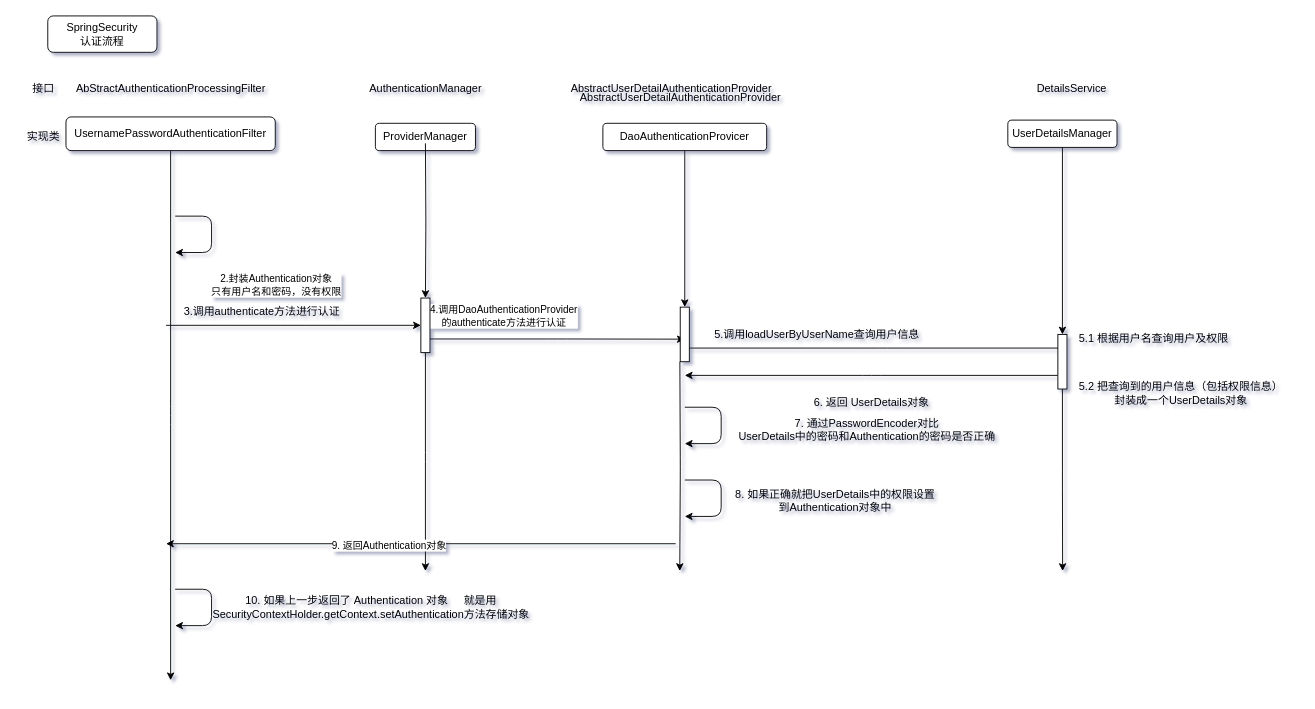
The draw.io diagram SpringSecurity.drawio in lixi47/java--, before the edit. Source tidied: cells renumbered, new cells numbered last; positions are measured from the earlier drawing's top-left corner, leaving out a move shared by most shapes. Both pictures are drawn from the tidied source at 91%, with x=0, y=0 at pixel (15, 15).
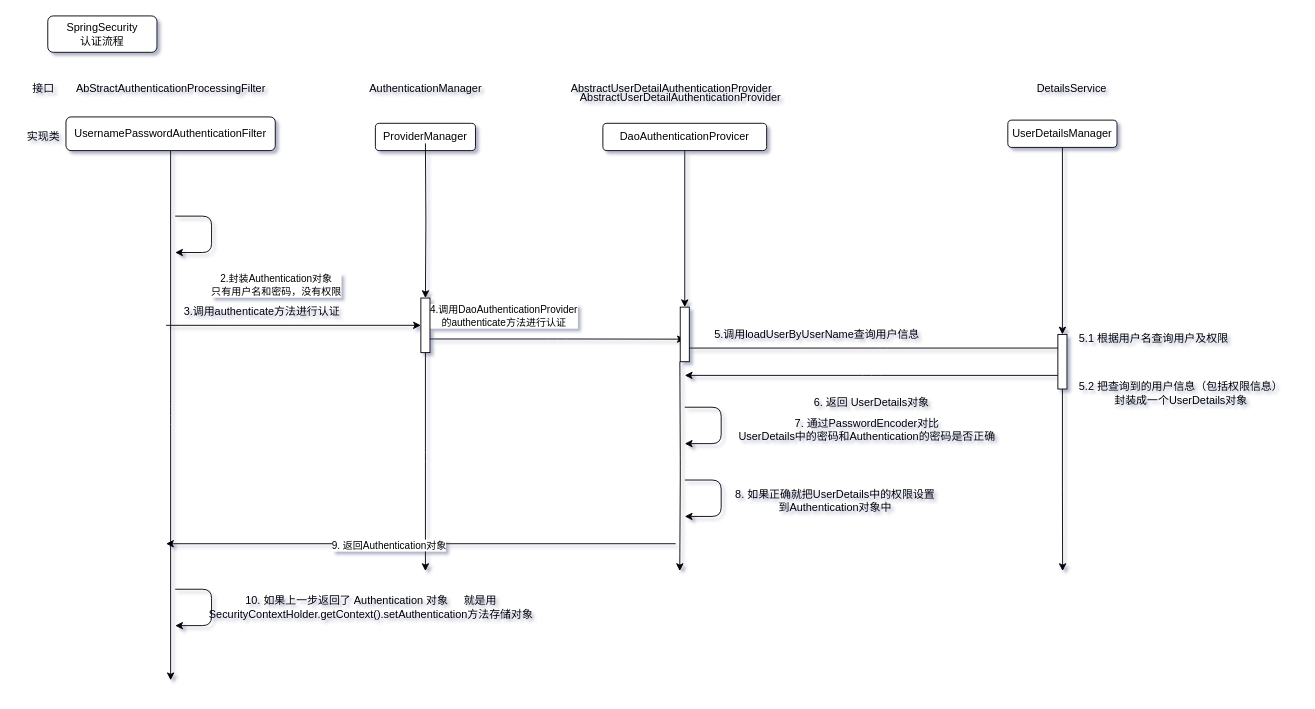
After the change.

What changed in the source:
```diff
@@
-    <mxCell id="43" value="10. 如果上一步返回了 Authentication 对象&lt;span style=&quot;white-space: pre;&quot;&gt;&#9;&lt;/span&gt;就是用&lt;br&gt;SecurityContextHolder.getContext.setAuthentication方法存储对象" style="text;html=1;align=center;verticalAlign=middle;strokeColor=none;fillColor=none;" parent="1" vertex="1">
-      <mxGeometry x="205" y="630" width="370" height="40" as="geometry" />
+    <mxCell id="43" value="10. 如果上一步返回了 Authentication 对象&lt;span style=&quot;white-space: pre;&quot;&gt;&#9;&lt;/span&gt;就是用&lt;br&gt;SecurityContextHolder.getContext().setAuthentication方法存储对象" style="text;html=1;align=center;verticalAlign=middle;strokeColor=none;fillColor=none;" parent="1" vertex="1">
+      <mxGeometry x="200" y="630" width="380" height="40" as="geometry" />
     </mxCell>
```
